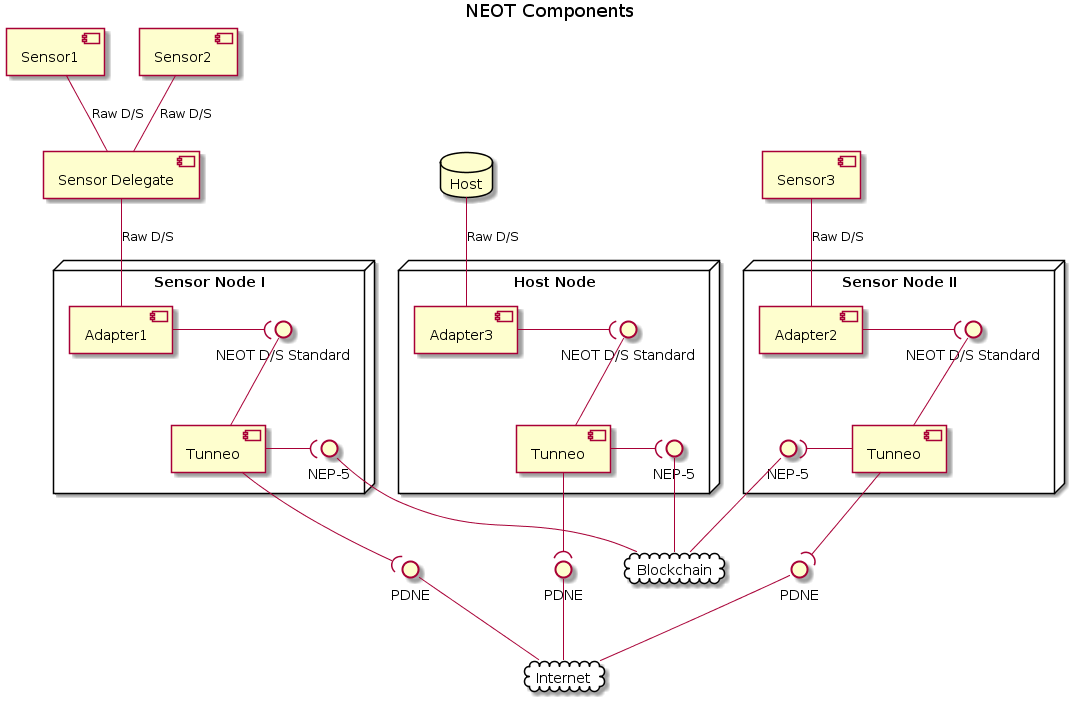
Before: PlantUML/out/Components/Components.png, a diagram exported from PlantUML (NEOCompToronto/NEOCompetition).
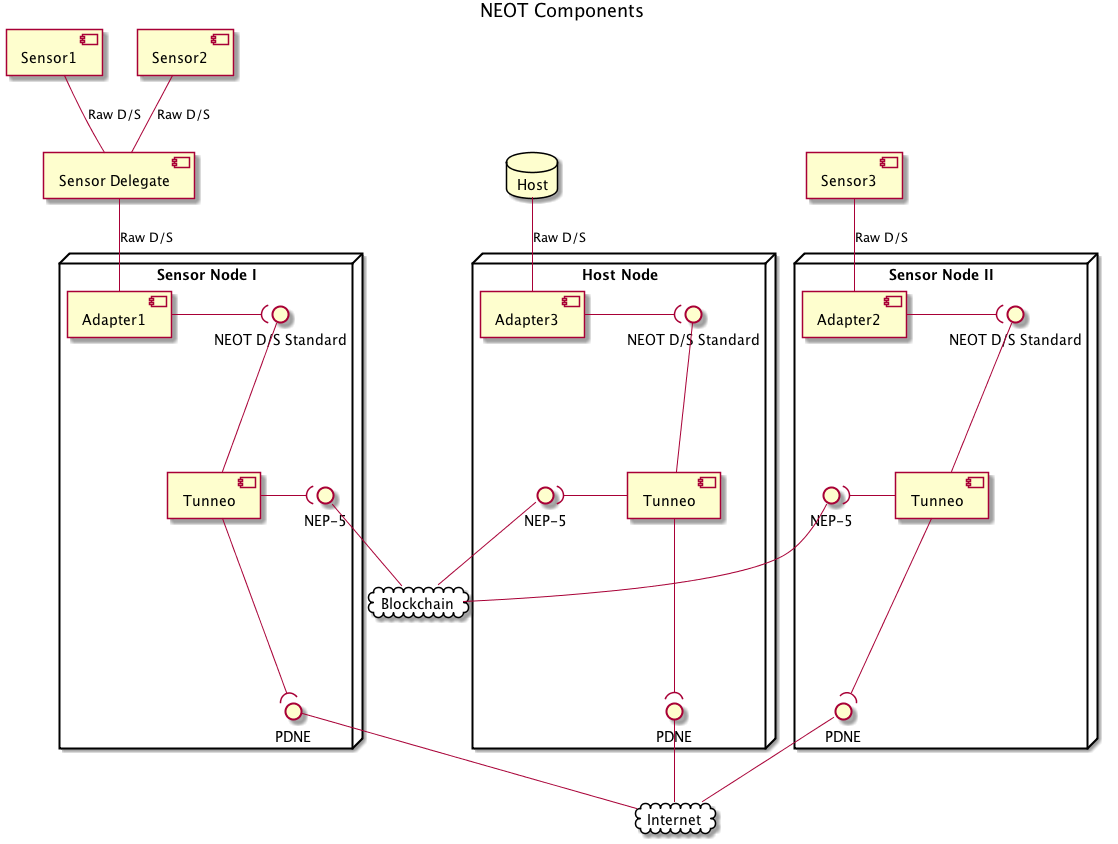
After the commit.

Commit message:
Fix a reference issue

What changed in the source:
```diff
@@ -1,4 +1,5 @@
 @startuml
+
 skinparam componentStyle uml2
 
 title NEOT Components
@@ -18,18 +19,19 @@
     interface "NEOT D/S Standard" as ProtNEOT1
     interface "NEP-5" as NEP1
     [Tunneo] as TN1
+    interface "PDNE" as PDNE1
 }
 
-    interface "PDNE" as PDNE1
+
 
 node "Sensor Node II" as NN2 {
     [Adapter2] as A2
     interface "NEOT D/S Standard" as ProtNEOT2
+    interface "NEP-5" as NEP2
     [Tunneo] as TN2
+    interface "PDNE" as PDNE2
+}
 
-    interface "NEP-5" as NEP2
-}
-    interface "PDNE" as PDNE2
 
 S1 -d- SD: Raw D/S
 S2 -d- SD: Raw D/S
@@ -53,9 +55,10 @@
     interface "NEOT D/S Standard" as ProtNEOT3
     [Tunneo] as TN3
     interface "NEP-5" as NEP3
+    interface "PDNE" as PDNE3
 }
 
-interface "PDNE" as PDNE3
+
 
 SR1 -d- A3: Raw D/S
 A3 -r-( ProtNEOT3
@@ -67,7 +70,9 @@
 PDNE2 -down- Internet
 PDNE3 -down- Internet
 
+
 NEP1 -down- Blockchain
 NEP2 -down- Blockchain
 NEP3 -down- Blockchain
+
 @enduml
```
